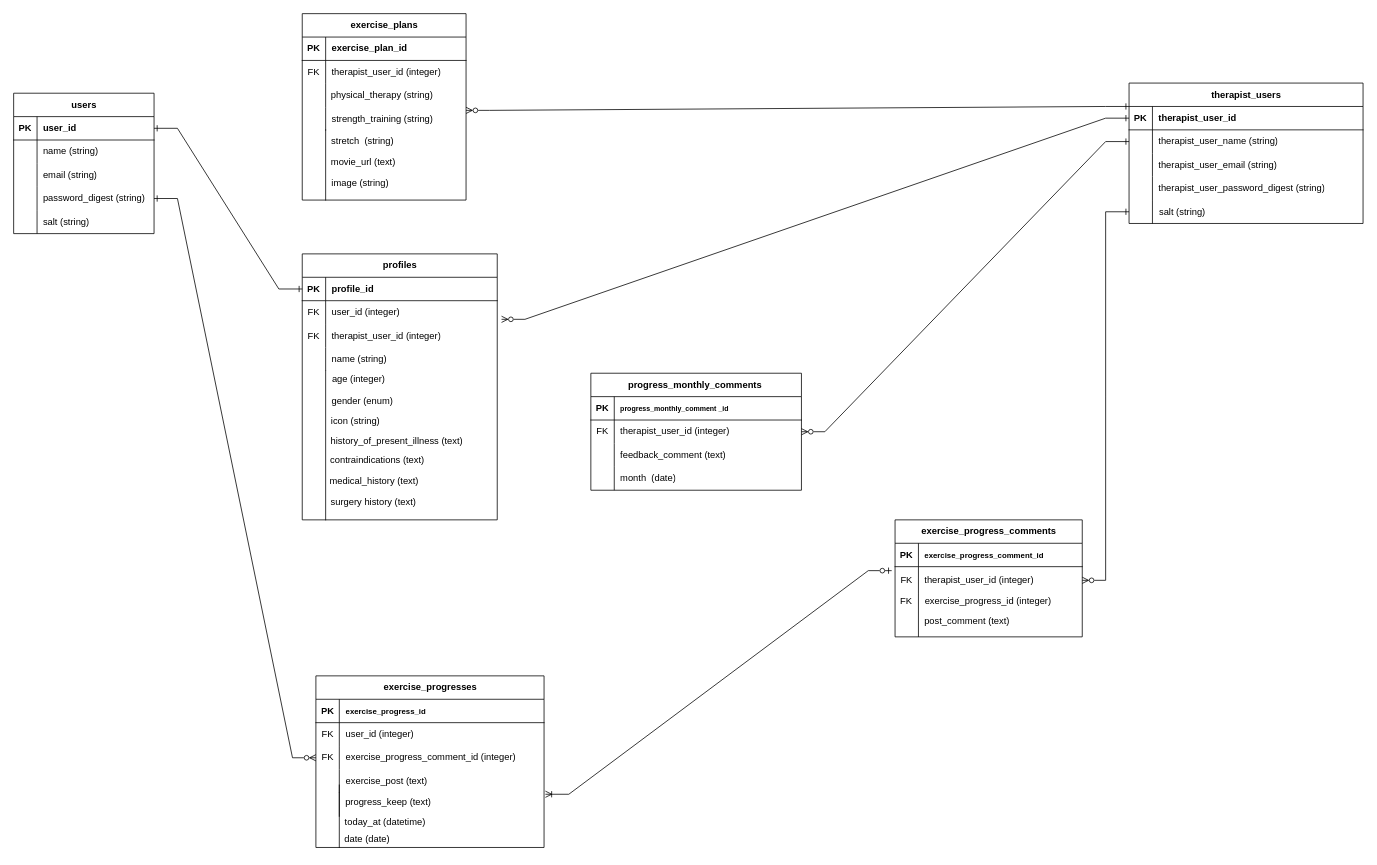
Above: ER図.drawio in shimicha/rehabili_tracking_app (draw.io), before the change. Source tidied: cells renumbered, new cells numbered last; positions are measured from the earlier drawing's top-left corner, leaving out a move shared by most shapes. Both pictures are drawn from the tidied source at 78%, with x=0, y=0 at pixel (13, 13).
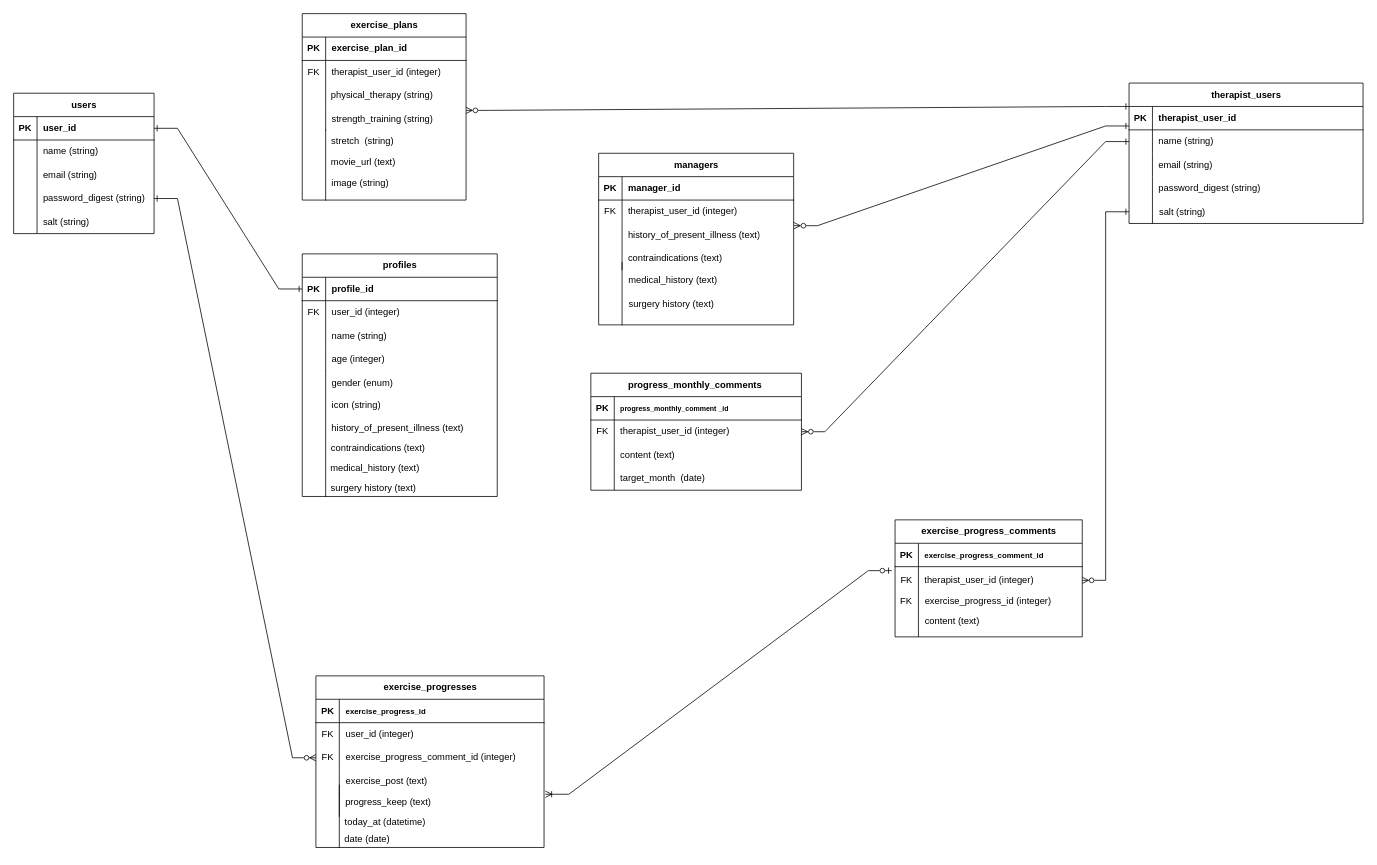
After the change.

Commit message:
ER図.drawio を更新します

Unchanged cells that the change refers to:
```xml
<mxCell id="35" style="shape=tableRow;horizontal=0;startSize=0;swimlaneHead=0;swimlaneBody=0;fillColor=none;points=[[0,0.5],[1,0.5]];portConstraint=eastwest;top=0;left=0;right=0;bottom=0;" parent="31" vertex="1">
  <mxGeometry y="60" width="250" height="30" as="geometry" />
</mxCell>
<mxCell id="38" style="shape=tableRow;horizontal=0;startSize=0;swimlaneHead=0;swimlaneBody=0;fillColor=none;top=0;left=0;right=0;bottom=0;" parent="31" vertex="1">
  <mxGeometry y="90" width="250" height="30" as="geometry" />
</mxCell>
<mxCell id="41" style="shape=tableRow;horizontal=0;startSize=0;swimlaneHead=0;swimlaneBody=0;fillColor=none;top=0;left=0;right=0;bottom=0;" parent="31" vertex="1">
  <mxGeometry y="120" width="250" height="30" as="geometry" />
</mxCell>
<mxCell id="61" style="shape=tableRow;horizontal=0;startSize=0;swimlaneHead=0;swimlaneBody=0;fillColor=none;top=0;left=0;right=0;bottom=0;" parent="54" vertex="1">
  <mxGeometry y="90" width="270" height="30" as="geometry" />
</mxCell>
<mxCell id="64" style="shape=tableRow;horizontal=0;startSize=0;swimlaneHead=0;swimlaneBody=0;fillColor=none;top=0;left=0;right=0;bottom=0;" parent="54" vertex="1">
  <mxGeometry y="120" width="270" height="30" as="geometry" />
</mxCell>
<mxCell id="68" style="shape=tableRow;horizontal=0;startSize=0;swimlaneHead=0;swimlaneBody=0;fillColor=none;points=[[0,0.5],[1,0.5]];portConstraint=eastwest;top=0;left=0;right=0;bottom=1;" parent="67" vertex="1">
  <mxGeometry y="30" width="300" height="30" as="geometry" />
</mxCell>
<mxCell id="71" style="shape=tableRow;horizontal=0;startSize=0;swimlaneHead=0;swimlaneBody=0;fillColor=none;points=[[0,0.5],[1,0.5]];portConstraint=eastwest;top=0;left=0;right=0;bottom=0;" parent="67" vertex="1">
  <mxGeometry y="60" width="300" height="30" as="geometry" />
</mxCell>
<mxCell id="74" style="shape=tableRow;horizontal=0;startSize=0;swimlaneHead=0;swimlaneBody=0;fillColor=none;top=0;left=0;right=0;bottom=0;" parent="67" vertex="1">
  <mxGeometry y="90" width="300" height="30" as="geometry" />
</mxCell>
<mxCell id="77" style="shape=tableRow;horizontal=0;startSize=0;swimlaneHead=0;swimlaneBody=0;fillColor=none;top=0;left=0;right=0;bottom=0;" parent="67" vertex="1">
  <mxGeometry y="120" width="300" height="30" as="geometry" />
</mxCell>
```

Diff of the diagram source:
```diff
@@
     <mxCell id="31" value="profiles" style="shape=table;startSize=30;childLayout=tableLayout;rowLines=0;fontStyle=1;align=center;html=1;strokeColor=default;" parent="1" vertex="1">
-      <mxGeometry x="370" y="308" width="250" height="341" as="geometry" />
+      <mxGeometry x="370" y="308" width="250" height="311" as="geometry" />
     </mxCell>
@@
-    <mxCell id="39" value="FK" style="shape=partialRectangle;fillColor=none;top=0;left=0;bottom=0;right=0;overflow=hidden;whiteSpace=wrap;html=1;" parent="38" vertex="1">
+    <mxCell id="39" style="shape=partialRectangle;fillColor=none;top=0;left=0;bottom=0;right=0;overflow=hidden;whiteSpace=wrap;html=1;" parent="38" vertex="1">
       <mxGeometry width="30" height="30" as="geometry" />
     </mxCell>
-    <mxCell id="40" value="therapist_user_id&amp;nbsp;(integer)" style="shape=partialRectangle;fillColor=none;top=0;left=0;bottom=0;right=0;align=left;spacingLeft=6;overflow=hidden;whiteSpace=wrap;html=1;" parent="38" vertex="1">
+    <mxCell id="40" value="name&amp;nbsp;(string)" style="shape=partialRectangle;fillColor=none;top=0;left=0;bottom=0;right=0;align=left;spacingLeft=6;overflow=hidden;whiteSpace=wrap;html=1;" parent="38" vertex="1">
       <mxGeometry x="30" width="220" height="30" as="geometry" />
     </mxCell>
@@
-    <mxCell id="43" value="name&amp;nbsp;(string)" style="shape=partialRectangle;fillColor=none;top=0;left=0;bottom=0;right=0;align=left;spacingLeft=6;overflow=hidden;whiteSpace=wrap;html=1;" parent="41" vertex="1">
+    <mxCell id="43" value="age (integer)" style="shape=partialRectangle;fillColor=none;top=0;left=0;bottom=0;right=0;align=left;spacingLeft=6;overflow=hidden;whiteSpace=wrap;html=1;" parent="41" vertex="1">
       <mxGeometry x="30" width="220" height="30" as="geometry" />
     </mxCell>
@@
-    <mxCell id="63" value="feedback_comment&amp;nbsp;(text)" style="shape=partialRectangle;fillColor=none;top=0;left=0;bottom=0;right=0;align=left;spacingLeft=6;overflow=hidden;whiteSpace=wrap;html=1;" parent="61" vertex="1">
+    <mxCell id="63" value="content&amp;nbsp;(text)" style="shape=partialRectangle;fillColor=none;top=0;left=0;bottom=0;right=0;align=left;spacingLeft=6;overflow=hidden;whiteSpace=wrap;html=1;" parent="61" vertex="1">
       <mxGeometry x="30" width="240" height="30" as="geometry" />
     </mxCell>
@@
-    <mxCell id="66" value="month&amp;nbsp; (date)" style="shape=partialRectangle;fillColor=none;top=0;left=0;bottom=0;right=0;align=left;spacingLeft=6;overflow=hidden;whiteSpace=wrap;html=1;" parent="64" vertex="1">
+    <mxCell id="66" value="target_month&amp;nbsp; (date)" style="shape=partialRectangle;fillColor=none;top=0;left=0;bottom=0;right=0;align=left;spacingLeft=6;overflow=hidden;whiteSpace=wrap;html=1;" parent="64" vertex="1">
       <mxGeometry x="30" width="240" height="30" as="geometry" />
     </mxCell>
@@
-    <mxCell id="73" value="therapist_user_name&amp;nbsp;(string)" style="shape=partialRectangle;fillColor=none;top=0;left=0;bottom=0;right=0;align=left;spacingLeft=6;overflow=hidden;whiteSpace=wrap;html=1;" parent="71" vertex="1">
+    <mxCell id="73" value="name&amp;nbsp;(string)" style="shape=partialRectangle;fillColor=none;top=0;left=0;bottom=0;right=0;align=left;spacingLeft=6;overflow=hidden;whiteSpace=wrap;html=1;" parent="71" vertex="1">
       <mxGeometry x="30" width="270" height="30" as="geometry" />
     </mxCell>
@@
-    <mxCell id="76" value="therapist_user_email&amp;nbsp;(string)" style="shape=partialRectangle;fillColor=none;top=0;left=0;bottom=0;right=0;align=left;spacingLeft=6;overflow=hidden;whiteSpace=wrap;html=1;" parent="74" vertex="1">
+    <mxCell id="76" value="email&amp;nbsp;(string)" style="shape=partialRectangle;fillColor=none;top=0;left=0;bottom=0;right=0;align=left;spacingLeft=6;overflow=hidden;whiteSpace=wrap;html=1;" parent="74" vertex="1">
       <mxGeometry x="30" width="270" height="30" as="geometry" />
     </mxCell>
@@
-    <mxCell id="79" value="therapist_user_password_digest (string)" style="shape=partialRectangle;fillColor=none;top=0;left=0;bottom=0;right=0;align=left;spacingLeft=6;overflow=hidden;whiteSpace=wrap;html=1;" parent="77" vertex="1">
+    <mxCell id="79" value="password_digest (string)" style="shape=partialRectangle;fillColor=none;top=0;left=0;bottom=0;right=0;align=left;spacingLeft=6;overflow=hidden;whiteSpace=wrap;html=1;" parent="77" vertex="1">
       <mxGeometry x="30" width="270" height="30" as="geometry" />
     </mxCell>
@@
     <mxCell id="83" style="shape=partialRectangle;top=0;left=0;bottom=0;fillColor=none;stokeWidth=1;align=left;verticalAlign=middle;spacingLeft=4;spacingRight=4;overflow=hidden;" parent="1" vertex="1">
-      <mxGeometry x="370" y="458" width="30" height="191" as="geometry" />
+      <mxGeometry x="370" y="458" width="30" height="161" as="geometry" />
     </mxCell>
     <mxCell id="84" value="gender (enum)" style="shape=partialRectangle;fillColor=none;top=0;left=0;bottom=0;right=0;align=left;spacingLeft=6;overflow=hidden;whiteSpace=wrap;html=1;" parent="1" vertex="1">
-      <mxGeometry x="400" y="482" width="150" height="30" as="geometry" />
+      <mxGeometry x="400" y="459" width="150" height="30" as="geometry" />
     </mxCell>
     <mxCell id="85" value="history_of_present_illness&amp;nbsp;(text)" style="text;html=1;align=center;verticalAlign=middle;strokeColor=none;fillColor=none;" parent="1" vertex="1">
-      <mxGeometry x="396" y="533" width="190" height="30" as="geometry" />
+      <mxGeometry x="397" y="516" width="190" height="30" as="geometry" />
     </mxCell>
     <mxCell id="86" value="contraindications&amp;nbsp;(text)" style="text;html=1;align=center;verticalAlign=middle;strokeColor=none;fillColor=none;" parent="1" vertex="1">
-      <mxGeometry x="396" y="558" width="140" height="30" as="geometry" />
+      <mxGeometry x="397" y="542" width="140" height="30" as="geometry" />
     </mxCell>
     <mxCell id="87" value="medical_history&amp;nbsp;(text)" style="text;html=1;align=center;verticalAlign=middle;strokeColor=none;fillColor=none;" parent="1" vertex="1">
-      <mxGeometry x="392" y="584" width="140" height="30" as="geometry" />
+      <mxGeometry x="393" y="568" width="140" height="30" as="geometry" />
     </mxCell>
@@
     <mxCell id="89" value="surgery history&amp;nbsp;(text)" style="text;html=1;align=center;verticalAlign=middle;strokeColor=none;fillColor=none;fontSize=12;fontFamily=Helvetica;fontColor=default;" parent="1" vertex="1">
-      <mxGeometry x="396" y="611" width="130" height="30" as="geometry" />
+      <mxGeometry x="396" y="593" width="130" height="30" as="geometry" />
     </mxCell>
@@
-    <mxCell id="113" value="post_comment&amp;nbsp;(text)" style="text;html=1;align=center;verticalAlign=middle;strokeColor=none;fillColor=none;fontSize=12;fontFamily=Helvetica;fontColor=default;" parent="1" vertex="1">
-      <mxGeometry x="1157" y="764" width="130" height="30" as="geometry" />
+    <mxCell id="113" value="content&amp;nbsp;(text)" style="text;html=1;align=center;verticalAlign=middle;strokeColor=none;fillColor=none;fontSize=12;fontFamily=Helvetica;fontColor=default;" parent="1" vertex="1">
+      <mxGeometry x="1158" y="764" width="90" height="30" as="geometry" />
     </mxCell>
@@
-    <mxCell id="116" value="age (integer)" style="text;html=1;align=center;verticalAlign=middle;strokeColor=none;fillColor=none;fontSize=12;fontFamily=Helvetica;fontColor=default;" parent="1" vertex="1">
-      <mxGeometry x="397" y="454" width="90" height="30" as="geometry" />
-    </mxCell>
     <mxCell id="117" value="icon (string)" style="text;html=1;align=center;verticalAlign=middle;strokeColor=none;fillColor=none;fontSize=12;fontFamily=Helvetica;fontColor=default;" parent="1" vertex="1">
-      <mxGeometry x="393" y="507" width="90" height="30" as="geometry" />
+      <mxGeometry x="394" y="487" width="90" height="30" as="geometry" />
     </mxCell>
-    <mxCell id="118" style="edgeStyle=entityRelationEdgeStyle;fontSize=12;html=1;endArrow=ERone;endFill=0;rounded=0;fontFamily=Helvetica;fontColor=default;startSize=6;startArrow=ERzeroToMany;startFill=0;entryX=0;entryY=0.5;entryDx=0;entryDy=0;exitX=1.022;exitY=0.796;exitDx=0;exitDy=0;exitPerimeter=0;" parent="1" edge="1" source="35" target="68">
-      <mxGeometry relative="1" as="geometry">
-        <Array as="points">
-          <mxPoint x="1504" y="243" />
-          <mxPoint x="1084" y="253" />
-        </Array>
-      </mxGeometry>
-    </mxCell>
@@
+    <mxCell id="125" value="managers" style="shape=table;startSize=30;childLayout=tableLayout;rowLines=0;fontStyle=1;align=center;html=1;strokeColor=default;" parent="1" vertex="1">
+      <mxGeometry x="750" y="179" width="250" height="220" as="geometry" />
+    </mxCell>
+    <mxCell id="126" style="shape=tableRow;horizontal=0;startSize=0;swimlaneHead=0;swimlaneBody=0;fillColor=none;top=0;left=0;right=0;bottom=1;" parent="125" vertex="1">
+      <mxGeometry y="30" width="250" height="30" as="geometry" />
+    </mxCell>
+    <mxCell id="127" value="PK" style="shape=partialRectangle;fillColor=none;top=0;left=0;bottom=0;right=0;fontStyle=1;overflow=hidden;whiteSpace=wrap;html=1;" parent="126" vertex="1">
+      <mxGeometry width="30" height="30" as="geometry" />
+    </mxCell>
+    <mxCell id="128" value="manager_id" style="shape=partialRectangle;fillColor=none;top=0;left=0;bottom=0;right=0;align=left;spacingLeft=6;fontStyle=1;overflow=hidden;whiteSpace=wrap;html=1;" parent="126" vertex="1">
+      <mxGeometry x="30" width="220" height="30" as="geometry" />
+    </mxCell>
+    <mxCell id="129" style="shape=tableRow;horizontal=0;startSize=0;swimlaneHead=0;swimlaneBody=0;fillColor=none;top=0;left=0;right=0;bottom=0;" parent="125" vertex="1">
+      <mxGeometry y="60" width="250" height="30" as="geometry" />
+    </mxCell>
+    <mxCell id="130" value="FK" style="shape=partialRectangle;fillColor=none;top=0;left=0;bottom=0;right=0;overflow=hidden;whiteSpace=wrap;html=1;" parent="129" vertex="1">
+      <mxGeometry width="30" height="30" as="geometry" />
+    </mxCell>
+    <mxCell id="131" value="therapist_user_id (integer)" style="shape=partialRectangle;fillColor=none;top=0;left=0;bottom=0;right=0;align=left;spacingLeft=6;overflow=hidden;whiteSpace=wrap;html=1;" parent="129" vertex="1">
+      <mxGeometry x="30" width="220" height="30" as="geometry" />
+    </mxCell>
+    <mxCell id="132" style="shape=tableRow;horizontal=0;startSize=0;swimlaneHead=0;swimlaneBody=0;fillColor=none;points=[[0,0.5],[1,0.5]];portConstraint=eastwest;top=0;left=0;right=0;bottom=0;" parent="125" vertex="1">
+      <mxGeometry y="90" width="250" height="30" as="geometry" />
+    </mxCell>
+    <mxCell id="133" style="shape=partialRectangle;fillColor=none;top=0;left=0;bottom=0;right=0;overflow=hidden;whiteSpace=wrap;html=1;" parent="132" vertex="1">
+      <mxGeometry width="30" height="30" as="geometry" />
+    </mxCell>
+    <mxCell id="134" value="history_of_present_illness&amp;nbsp;(text)" style="shape=partialRectangle;fillColor=none;top=0;left=0;bottom=0;right=0;align=left;spacingLeft=6;overflow=hidden;whiteSpace=wrap;html=1;" parent="132" vertex="1">
+      <mxGeometry x="30" width="220" height="30" as="geometry" />
+    </mxCell>
+    <mxCell id="135" style="shape=tableRow;horizontal=0;startSize=0;swimlaneHead=0;swimlaneBody=0;fillColor=none;top=0;left=0;right=0;bottom=0;" parent="125" vertex="1">
+      <mxGeometry y="120" width="250" height="30" as="geometry" />
+    </mxCell>
+    <mxCell id="136" style="shape=partialRectangle;fillColor=none;top=0;left=0;bottom=0;right=0;overflow=hidden;whiteSpace=wrap;html=1;" parent="135" vertex="1">
+      <mxGeometry width="30" height="30" as="geometry" />
+    </mxCell>
+    <mxCell id="137" value="contraindications&amp;nbsp;(text)" style="shape=partialRectangle;fillColor=none;top=0;left=0;bottom=0;right=0;align=left;spacingLeft=6;overflow=hidden;whiteSpace=wrap;html=1;" parent="135" vertex="1">
+      <mxGeometry x="30" width="220" height="30" as="geometry" />
+    </mxCell>
+    <mxCell id="138" value="medical_history&amp;nbsp;(text)" style="text;html=1;align=center;verticalAlign=middle;strokeColor=none;fillColor=none;" parent="1" vertex="1">
+      <mxGeometry x="775" y="327" width="140" height="30" as="geometry" />
+    </mxCell>
+    <mxCell id="139" value="surgery history&amp;nbsp;(text)" style="text;html=1;align=center;verticalAlign=middle;strokeColor=none;fillColor=none;fontSize=12;fontFamily=Helvetica;fontColor=default;" parent="1" vertex="1">
+      <mxGeometry x="778" y="358" width="130" height="30" as="geometry" />
+    </mxCell>
+    <mxCell id="140" style="shape=partialRectangle;top=0;left=0;bottom=0;fillColor=none;stokeWidth=1;align=left;verticalAlign=middle;spacingLeft=4;spacingRight=4;overflow=hidden;" parent="1" vertex="1">
+      <mxGeometry x="750" y="319" width="30" height="80" as="geometry" />
+    </mxCell>
+    <mxCell id="141" style="edgeStyle=entityRelationEdgeStyle;fontSize=12;html=1;endArrow=ERone;endFill=0;rounded=0;fontFamily=Helvetica;fontColor=default;startSize=6;startArrow=ERzeroToMany;startFill=0;entryX=0;entryY=0;entryDx=0;entryDy=0;exitX=1.002;exitY=0.095;exitDx=0;exitDy=0;exitPerimeter=0;" parent="1" edge="1" source="132">
+      <mxGeometry relative="1" as="geometry">
+        <mxPoint x="1430" y="144" as="targetPoint" />
+        <Array as="points">
+          <mxPoint x="1420" y="154" />
+          <mxPoint x="1000" y="164" />
+        </Array>
+      </mxGeometry>
+    </mxCell>
```
